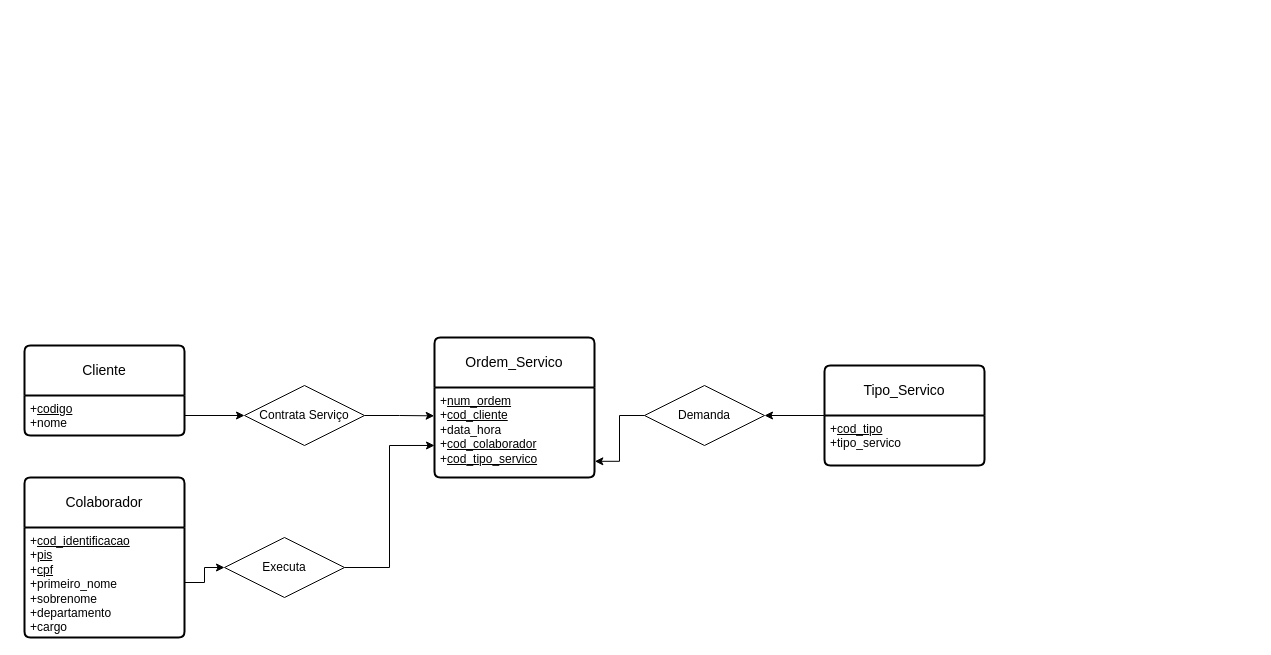
This is Atividade I BD I.drawio from Atgammerkz2/AtividadesBancoDados, a draw.io file, before an edit. Source tidied: cells renumbered, new cells numbered last; positions are measured from the earlier drawing's top-left corner, leaving out a move shared by most shapes. Both pictures are drawn from the tidied source at 100%, with x=0, y=0 at pixel (24, 337).
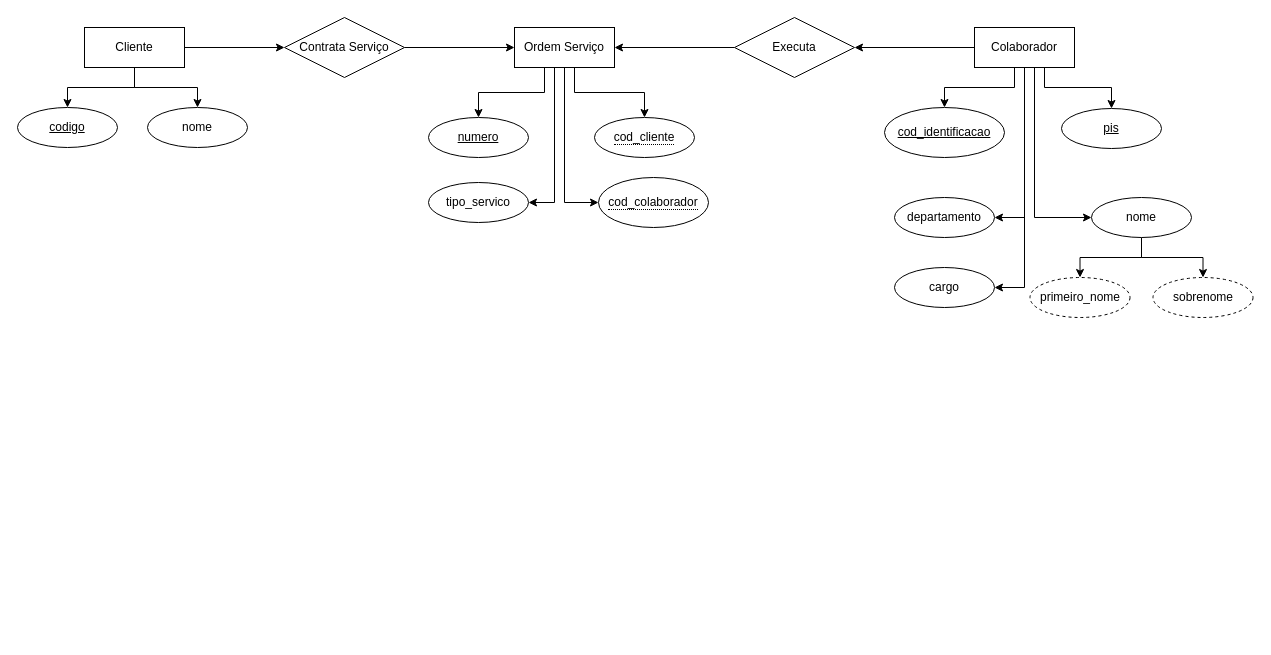
The same page after the edit.

Diff of the diagram source:
```diff
@@
+    <mxCell id="19" style="edgeStyle=orthogonalEdgeStyle;rounded=0;jettySize=auto;html=1;entryX=0.5;entryY=0;entryDx=0;entryDy=0;" parent="1" edge="1" source="4" target="22">
+      <mxGeometry relative="1" as="geometry" />
+    </mxCell>
+    <mxCell id="20" style="edgeStyle=orthogonalEdgeStyle;rounded=0;jettySize=auto;html=1;entryX=0.5;entryY=0;entryDx=0;entryDy=0;" parent="1" edge="1" source="4" target="23">
+      <mxGeometry relative="1" as="geometry" />
+    </mxCell>
+    <mxCell id="21" style="edgeStyle=orthogonalEdgeStyle;rounded=0;jettySize=auto;html=1;entryX=0;entryY=0.5;entryDx=0;entryDy=0;" parent="1" edge="1" source="4" target="9">
+      <mxGeometry relative="1" as="geometry" />
+    </mxCell>
+    <mxCell id="4" value="Cliente" style="whiteSpace=wrap;html=1;align=center;" parent="1" vertex="1">
+      <mxGeometry x="60" y="-310" width="100" height="40" as="geometry" />
+    </mxCell>
+    <mxCell id="22" value="codigo" style="ellipse;whiteSpace=wrap;html=1;align=center;fontStyle=4;" parent="1" vertex="1">
+      <mxGeometry x="-7" y="-230" width="100" height="40" as="geometry" />
+    </mxCell>
+    <mxCell id="23" value="nome" style="ellipse;whiteSpace=wrap;html=1;align=center;" parent="1" vertex="1">
+      <mxGeometry x="123" y="-230" width="100" height="40" as="geometry" />
+    </mxCell>
+    <mxCell id="24" style="edgeStyle=orthogonalEdgeStyle;rounded=0;jettySize=auto;html=1;entryX=0;entryY=0.5;entryDx=0;entryDy=0;" parent="1" edge="1" source="9" target="29">
+      <mxGeometry relative="1" as="geometry" />
+    </mxCell>
+    <mxCell id="9" value="Contrata Serviço" style="shape=rhombus;perimeter=rhombusPerimeter;whiteSpace=wrap;html=1;align=center;" parent="1" vertex="1">
+      <mxGeometry x="260" y="-320" width="120" height="60" as="geometry" />
+    </mxCell>
+    <mxCell id="25" style="edgeStyle=orthogonalEdgeStyle;rounded=0;jettySize=auto;html=1;entryX=0.5;entryY=0;entryDx=0;entryDy=0;" parent="1" edge="1" source="29" target="30">
+      <mxGeometry relative="1" as="geometry">
+        <Array as="points">
+          <mxPoint x="520" y="-245" />
+          <mxPoint x="454" y="-245" />
+        </Array>
+      </mxGeometry>
+    </mxCell>
+    <mxCell id="26" style="edgeStyle=orthogonalEdgeStyle;rounded=0;jettySize=auto;html=1;exitX=0.5;exitY=1;exitDx=0;exitDy=0;entryX=0.5;entryY=0;entryDx=0;entryDy=0;" parent="1" edge="1" source="29" target="31">
+      <mxGeometry relative="1" as="geometry">
+        <Array as="points">
+          <mxPoint x="550" y="-270" />
+          <mxPoint x="550" y="-245" />
+          <mxPoint x="620" y="-245" />
+        </Array>
+      </mxGeometry>
+    </mxCell>
+    <mxCell id="27" style="edgeStyle=orthogonalEdgeStyle;rounded=0;jettySize=auto;html=1;exitX=0.5;exitY=1;exitDx=0;exitDy=0;entryX=0;entryY=0.5;entryDx=0;entryDy=0;" parent="1" edge="1" source="29" target="32">
+      <mxGeometry relative="1" as="geometry" />
+    </mxCell>
+    <mxCell id="28" style="edgeStyle=orthogonalEdgeStyle;rounded=0;jettySize=auto;html=1;exitX=0.5;exitY=1;exitDx=0;exitDy=0;entryX=1;entryY=0.5;entryDx=0;entryDy=0;" parent="1" edge="1" source="29" target="33">
+      <mxGeometry relative="1" as="geometry">
+        <Array as="points">
+          <mxPoint x="530" y="-270" />
+          <mxPoint x="530" y="-135" />
+        </Array>
+      </mxGeometry>
+    </mxCell>
+    <mxCell id="29" value="Ordem Serviço" style="whiteSpace=wrap;html=1;align=center;" parent="1" vertex="1">
+      <mxGeometry x="490" y="-310" width="100" height="40" as="geometry" />
+    </mxCell>
+    <mxCell id="30" value="numero" style="ellipse;whiteSpace=wrap;html=1;align=center;fontStyle=4;" parent="1" vertex="1">
+      <mxGeometry x="404" y="-220" width="100" height="40" as="geometry" />
+    </mxCell>
+    <mxCell id="31" value="&lt;span style=&quot;border-bottom: 1px dotted&quot;&gt;cod_cliente&lt;/span&gt;" style="ellipse;whiteSpace=wrap;html=1;align=center;" parent="1" vertex="1">
+      <mxGeometry x="570" y="-220" width="100" height="40" as="geometry" />
+    </mxCell>
+    <mxCell id="32" value="&lt;span style=&quot;border-bottom: 1px dotted&quot;&gt;cod_colaborador&lt;/span&gt;" style="ellipse;whiteSpace=wrap;html=1;align=center;" parent="1" vertex="1">
+      <mxGeometry x="574" y="-160" width="110" height="50" as="geometry" />
+    </mxCell>
+    <mxCell id="33" value="tipo_servico" style="ellipse;whiteSpace=wrap;html=1;align=center;" parent="1" vertex="1">
+      <mxGeometry x="404" y="-155" width="100" height="40" as="geometry" />
+    </mxCell>
+    <mxCell id="34" style="edgeStyle=orthogonalEdgeStyle;rounded=0;jettySize=auto;html=1;entryX=1;entryY=0.5;entryDx=0;entryDy=0;" parent="1" edge="1" source="12" target="29">
+      <mxGeometry relative="1" as="geometry" />
+    </mxCell>
+    <mxCell id="12" value="Executa" style="shape=rhombus;perimeter=rhombusPerimeter;whiteSpace=wrap;html=1;align=center;" parent="1" vertex="1">
+      <mxGeometry x="710" y="-320" width="120" height="60" as="geometry" />
+    </mxCell>
+    <mxCell id="35" style="edgeStyle=orthogonalEdgeStyle;rounded=0;jettySize=auto;html=1;entryX=1;entryY=0.5;entryDx=0;entryDy=0;" parent="1" edge="1" source="2" target="12">
+      <mxGeometry relative="1" as="geometry" />
+    </mxCell>
+    <mxCell id="36" style="edgeStyle=orthogonalEdgeStyle;rounded=0;jettySize=auto;html=1;entryX=0.5;entryY=0;entryDx=0;entryDy=0;" parent="1" edge="1" source="2" target="41">
+      <mxGeometry relative="1" as="geometry">
+        <Array as="points">
+          <mxPoint x="990" y="-250" />
+          <mxPoint x="920" y="-250" />
+        </Array>
+      </mxGeometry>
+    </mxCell>
+    <mxCell id="37" style="edgeStyle=orthogonalEdgeStyle;rounded=0;jettySize=auto;html=1;entryX=0.5;entryY=0;entryDx=0;entryDy=0;" parent="1" edge="1" source="2" target="42">
+      <mxGeometry relative="1" as="geometry">
+        <Array as="points">
+          <mxPoint x="1020" y="-250" />
+          <mxPoint x="1087" y="-250" />
+        </Array>
+      </mxGeometry>
+    </mxCell>
+    <mxCell id="38" style="edgeStyle=orthogonalEdgeStyle;rounded=0;jettySize=auto;html=1;entryX=0;entryY=0.5;entryDx=0;entryDy=0;" parent="1" edge="1" source="2" target="45">
+      <mxGeometry relative="1" as="geometry">
+        <Array as="points">
+          <mxPoint x="1010" y="-120" />
+        </Array>
+      </mxGeometry>
+    </mxCell>
+    <mxCell id="39" style="edgeStyle=orthogonalEdgeStyle;rounded=0;jettySize=auto;html=1;entryX=1;entryY=0.5;entryDx=0;entryDy=0;" parent="1" edge="1" source="2" target="48">
+      <mxGeometry relative="1" as="geometry" />
+    </mxCell>
+    <mxCell id="40" style="edgeStyle=orthogonalEdgeStyle;rounded=0;jettySize=auto;html=1;exitX=0.5;exitY=1;exitDx=0;exitDy=0;entryX=1;entryY=0.5;entryDx=0;entryDy=0;" parent="1" edge="1" source="2" target="49">
+      <mxGeometry relative="1" as="geometry" />
+    </mxCell>
-    <mxCell id="2" value="Colaborador" style="swimlane;horizontal=1;startSize=50;rounded=1;fontSize=14;fontStyle=0;strokeWidth=2;shadow=0;dashed=0;align=center;arcSize=4;whiteSpace=wrap;html=1;" parent="1" vertex="1">
-      <mxGeometry y="140" width="160" height="160" as="geometry" />
+    <mxCell id="2" value="Colaborador" style="whiteSpace=wrap;html=1;align=center;" parent="1" vertex="1">
+      <mxGeometry x="950" y="-310" width="100" height="40" as="geometry" />
     </mxCell>
-    <mxCell id="3" value="+&lt;u&gt;cod_identificacao&lt;/u&gt;&lt;br&gt;+&lt;u&gt;pis&lt;/u&gt;&lt;br&gt;+&lt;u&gt;cpf&lt;/u&gt;&lt;br&gt;+primeiro_nome&lt;br&gt;+sobrenome&lt;br&gt;+departamento&lt;br&gt;+cargo" style="align=left;strokeColor=none;fillColor=none;spacingLeft=4;fontSize=12;verticalAlign=top;html=1;" parent="2" vertex="1">
-      <mxGeometry y="50" width="160" height="110" as="geometry" />
-    </mxCell>
-    <mxCell id="4" value="Cliente" style="swimlane;horizontal=1;startSize=50;rounded=1;fontSize=14;fontStyle=0;strokeWidth=2;shadow=0;dashed=0;align=center;arcSize=4;whiteSpace=wrap;html=1;" parent="1" vertex="1">
-      <mxGeometry y="8" width="160" height="90" as="geometry" />
-    </mxCell>
-    <mxCell id="5" value="+&lt;u&gt;codigo&lt;/u&gt;&lt;br&gt;+nome" style="align=left;strokeColor=none;fillColor=none;spacingLeft=4;fontSize=12;verticalAlign=top;html=1;" parent="4" vertex="1">
-      <mxGeometry y="50" width="160" height="40" as="geometry" />
-    </mxCell>
-    <mxCell id="6" value="Ordem_Servico" style="swimlane;horizontal=1;startSize=50;rounded=1;fontSize=14;fontStyle=0;strokeWidth=2;shadow=0;dashed=0;align=center;arcSize=4;whiteSpace=wrap;html=1;" parent="1" vertex="1">
-      <mxGeometry x="410" width="160" height="140" as="geometry" />
-    </mxCell>
-    <mxCell id="7" value="+&lt;u&gt;num_ordem&lt;/u&gt;&lt;br&gt;+&lt;u&gt;cod_cliente&lt;/u&gt;&lt;br&gt;+data_hora&lt;div&gt;+&lt;u&gt;cod_colaborador&lt;/u&gt;&lt;/div&gt;&lt;div&gt;+&lt;u&gt;cod&lt;/u&gt;&lt;u&gt;_tipo_servico&lt;/u&gt;&lt;/div&gt;" style="align=left;strokeColor=none;fillColor=none;spacingLeft=4;fontSize=12;verticalAlign=top;html=1;" parent="6" vertex="1">
-      <mxGeometry y="50" width="160" height="90" as="geometry" />
-    </mxCell>
-    <mxCell id="8" style="edgeStyle=orthogonalEdgeStyle;rounded=0;jettySize=auto;html=1;exitX=1;exitY=0.5;exitDx=0;exitDy=0;entryX=-0.002;entryY=0.315;entryDx=0;entryDy=0;entryPerimeter=0;" parent="1" edge="1" source="9" target="7">
-      <mxGeometry relative="1" as="geometry" />
-    </mxCell>
-    <mxCell id="9" value="Contrata Serviço" style="shape=rhombus;perimeter=rhombusPerimeter;whiteSpace=wrap;html=1;align=center;" parent="1" vertex="1">
-      <mxGeometry x="220" y="48" width="120" height="60" as="geometry" />
-    </mxCell>
-    <mxCell id="10" style="edgeStyle=orthogonalEdgeStyle;rounded=0;jettySize=auto;html=1;entryX=0;entryY=0.5;entryDx=0;entryDy=0;" parent="1" edge="1" source="5" target="9">
-      <mxGeometry relative="1" as="geometry" />
-    </mxCell>
-    <mxCell id="11" style="edgeStyle=orthogonalEdgeStyle;rounded=0;jettySize=auto;html=1;exitX=1;exitY=0.5;exitDx=0;exitDy=0;entryX=0;entryY=0.644;entryDx=0;entryDy=0;entryPerimeter=0;" parent="1" edge="1" source="12" target="7">
-      <mxGeometry relative="1" as="geometry" />
-    </mxCell>
-    <mxCell id="12" value="Executa" style="shape=rhombus;perimeter=rhombusPerimeter;whiteSpace=wrap;html=1;align=center;" parent="1" vertex="1">
-      <mxGeometry x="200" y="200" width="120" height="60" as="geometry" />
-    </mxCell>
-    <mxCell id="13" style="edgeStyle=orthogonalEdgeStyle;rounded=0;jettySize=auto;html=1;entryX=0;entryY=0.5;entryDx=0;entryDy=0;" parent="1" edge="1" source="3" target="12">
-      <mxGeometry relative="1" as="geometry" />
-    </mxCell>
-    <mxCell id="14" style="edgeStyle=orthogonalEdgeStyle;rounded=0;jettySize=auto;html=1;entryX=1;entryY=0.5;entryDx=0;entryDy=0;" parent="1" edge="1" source="15" target="18">
-      <mxGeometry relative="1" as="geometry" />
-    </mxCell>
-    <mxCell id="15" value="Tipo_Servico" style="swimlane;horizontal=1;startSize=50;rounded=1;fontSize=14;fontStyle=0;strokeWidth=2;shadow=0;dashed=0;align=center;arcSize=4;whiteSpace=wrap;html=1;" parent="1" vertex="1">
-      <mxGeometry x="800" y="28" width="160" height="100" as="geometry" />
-    </mxCell>
-    <mxCell id="16" value="+&lt;u&gt;cod_tipo&lt;/u&gt;&lt;br&gt;+tipo_servico" style="align=left;strokeColor=none;fillColor=none;spacingLeft=4;fontSize=12;verticalAlign=top;html=1;" parent="15" vertex="1">
-      <mxGeometry y="50" width="160" height="50" as="geometry" />
-    </mxCell>
-    <mxCell id="17" style="edgeStyle=orthogonalEdgeStyle;rounded=0;jettySize=auto;html=1;entryX=1.002;entryY=0.82;entryDx=0;entryDy=0;entryPerimeter=0;" parent="1" edge="1" source="18" target="7">
-      <mxGeometry relative="1" as="geometry" />
-    </mxCell>
-    <mxCell id="18" value="Demanda" style="shape=rhombus;perimeter=rhombusPerimeter;whiteSpace=wrap;html=1;align=center;" parent="1" vertex="1">
-      <mxGeometry x="620" y="48" width="120" height="60" as="geometry" />
-    </mxCell>
+    <mxCell id="41" value="cod_identificacao" style="ellipse;whiteSpace=wrap;html=1;align=center;fontStyle=4;" parent="1" vertex="1">
+      <mxGeometry x="860" y="-230" width="120" height="50" as="geometry" />
+    </mxCell>
+    <mxCell id="42" value="pis" style="ellipse;whiteSpace=wrap;html=1;align=center;fontStyle=4;" parent="1" vertex="1">
+      <mxGeometry x="1037" y="-229" width="100" height="40" as="geometry" />
+    </mxCell>
+    <mxCell id="43" style="edgeStyle=orthogonalEdgeStyle;rounded=0;jettySize=auto;html=1;entryX=0.5;entryY=0;entryDx=0;entryDy=0;" parent="1" edge="1" source="45" target="47">
+      <mxGeometry relative="1" as="geometry" />
+    </mxCell>
+    <mxCell id="44" style="edgeStyle=orthogonalEdgeStyle;rounded=0;jettySize=auto;html=1;exitX=0.5;exitY=1;exitDx=0;exitDy=0;entryX=0.5;entryY=0;entryDx=0;entryDy=0;" parent="1" edge="1" source="45" target="46">
+      <mxGeometry relative="1" as="geometry" />
+    </mxCell>
+    <mxCell id="45" value="nome" style="ellipse;whiteSpace=wrap;html=1;align=center;" parent="1" vertex="1">
+      <mxGeometry x="1067" y="-140" width="100" height="40" as="geometry" />
+    </mxCell>
+    <mxCell id="46" value="sobrenome" style="ellipse;whiteSpace=wrap;html=1;align=center;dashed=1;" parent="1" vertex="1">
+      <mxGeometry x="1128.5" y="-60" width="100" height="40" as="geometry" />
+    </mxCell>
+    <mxCell id="47" value="primeiro_nome" style="ellipse;whiteSpace=wrap;html=1;align=center;dashed=1;" parent="1" vertex="1">
+      <mxGeometry x="1005.5" y="-60" width="100" height="40" as="geometry" />
+    </mxCell>
+    <mxCell id="48" value="departamento" style="ellipse;whiteSpace=wrap;html=1;align=center;" parent="1" vertex="1">
+      <mxGeometry x="870" y="-140" width="100" height="40" as="geometry" />
+    </mxCell>
+    <mxCell id="49" value="cargo" style="ellipse;whiteSpace=wrap;html=1;align=center;" parent="1" vertex="1">
+      <mxGeometry x="870" y="-70" width="100" height="40" as="geometry" />
+    </mxCell>
```
